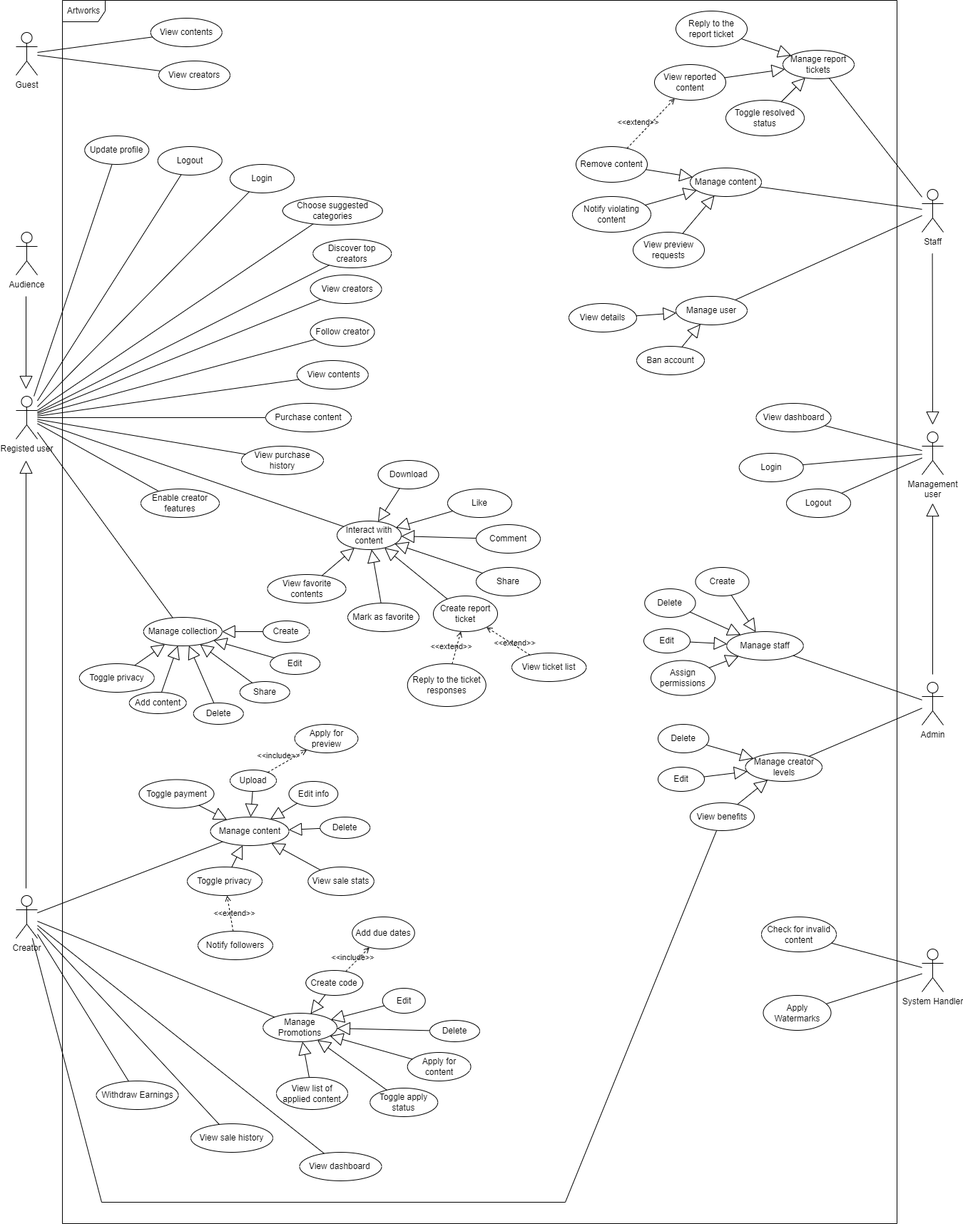
voanhhieu10250/SWD392 keeps this draw.io diagram as diagrams/usecase.drawio.png. Above is the earlier version. Source tidied: cells renumbered, new cells last; positions are measured from the earlier drawing's top-left corner, leaving out a move shared by most shapes.
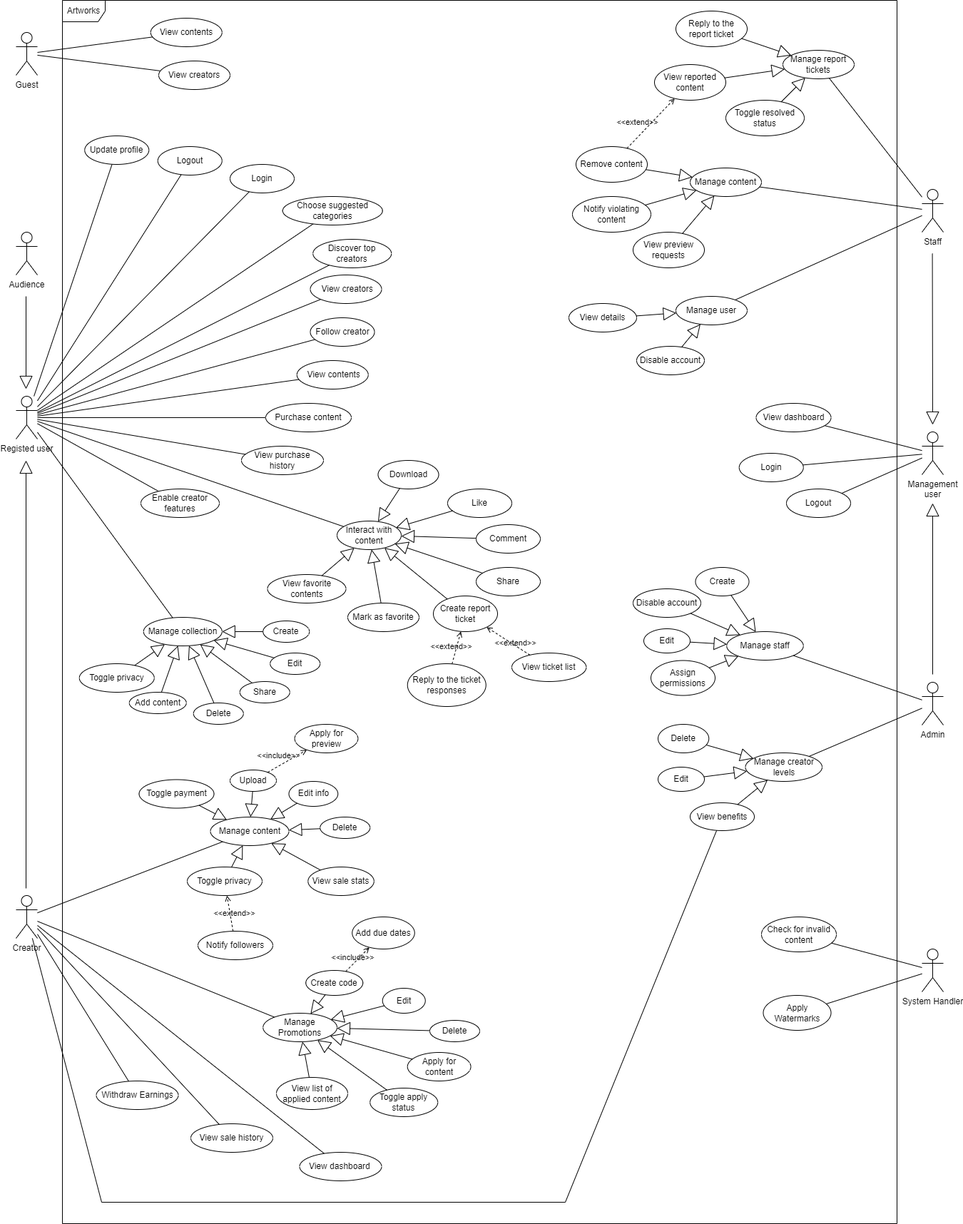
The same diagram one commit later.

What changed in the source:
```diff
@@ -412,7 +412,7 @@
     <mxCell id="135" value="Manage user" style="ellipse;whiteSpace=wrap;html=1;" parent="1" vertex="1">
       <mxGeometry x="925" y="415" width="100" height="40" as="geometry" />
     </mxCell>
-    <mxCell id="136" value="Ban account" style="ellipse;whiteSpace=wrap;html=1;" parent="1" vertex="1">
+    <mxCell id="136" value="Disable account" style="ellipse;whiteSpace=wrap;html=1;" parent="1" vertex="1">
       <mxGeometry x="870" y="485" width="95" height="40" as="geometry" />
     </mxCell>
     <mxCell id="137" style="endArrow=block;endSize=16;endFill=0;html=1;rounded=0;" parent="1" edge="1" source="134" target="135">
@@ -448,10 +448,7 @@
     <mxCell id="147" style="endArrow=block;endSize=16;endFill=0;html=1;rounded=0;" parent="1" edge="1" source="146" target="144">
       <mxGeometry relative="1" as="geometry" />
     </mxCell>
-    <mxCell id="148" value="Delete" style="ellipse;whiteSpace=wrap;html=1;" parent="1" vertex="1">
-      <mxGeometry x="881.2" y="825" width="71.2" height="40" as="geometry" />
-    </mxCell>
-    <mxCell id="149" style="endArrow=block;endSize=16;endFill=0;html=1;rounded=0;" parent="1" edge="1" source="148" target="144">
+    <mxCell id="149" style="endArrow=block;endSize=16;endFill=0;html=1;rounded=0;" parent="1" edge="1" source="167" target="144">
       <mxGeometry relative="1" as="geometry" />
     </mxCell>
     <mxCell id="150" style="endArrow=block;endSize=16;endFill=0;html=1;rounded=0;" parent="1" edge="1" source="145" target="144">
@@ -514,5 +511,8 @@
         <mxPoint x="1285" y="595" as="targetPoint" />
       </mxGeometry>
     </mxCell>
+    <mxCell id="167" value="Disable account" style="ellipse;whiteSpace=wrap;html=1;" parent="1" vertex="1">
+      <mxGeometry x="865" y="825" width="95" height="40" as="geometry" />
+    </mxCell>
   </root>
 </mxGraphModel>
```
